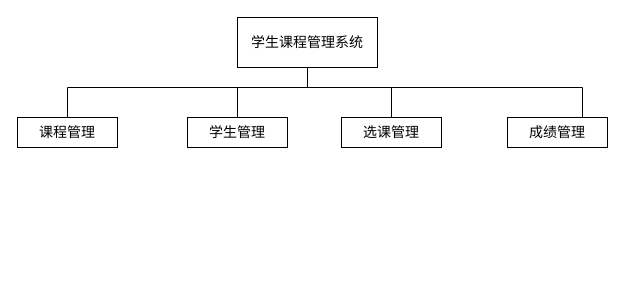
Yorick-Ryu/DFD keeps this draw.io diagram as DFD.drawio. Above is the earlier version. Source tidied: cells renumbered, new cells numbered last; positions are measured from the earlier drawing's top-left corner, leaving out a move shared by most shapes. Both pictures are drawn from the tidied source at 100%, with x=0, y=0 at pixel (17, 17).
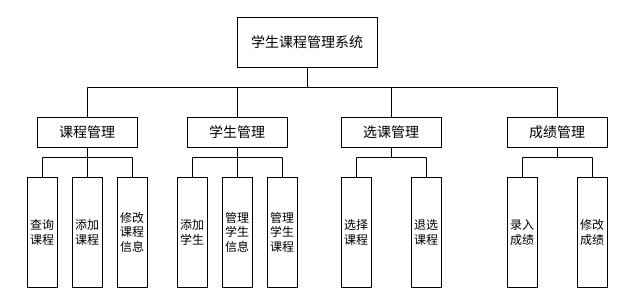
The same diagram, later.

The change refers to these unchanged cells:
```xml
<mxCell id="6" value="&lt;font style=&quot;font-size: 14px;&quot;&gt;学生课程管理系统&lt;/font&gt;" style="rounded=0;whiteSpace=wrap;html=1;" parent="1" vertex="1">
  <mxGeometry x="220" width="140" height="50" as="geometry" />
</mxCell>
<mxCell id="7" value="&lt;font style=&quot;font-size: 14px;&quot;&gt;学生管理&lt;/font&gt;" style="rounded=0;whiteSpace=wrap;html=1;" parent="1" vertex="1">
  <mxGeometry x="170" y="100" width="100" height="30" as="geometry" />
</mxCell>
<mxCell id="9" value="&lt;span style=&quot;font-size: 14px;&quot;&gt;选课管理&lt;/span&gt;" style="rounded=0;whiteSpace=wrap;html=1;" parent="1" vertex="1">
  <mxGeometry x="324" y="100" width="100" height="30" as="geometry" />
</mxCell>
<mxCell id="10" value="&lt;span style=&quot;font-size: 14px;&quot;&gt;成绩管理&lt;/span&gt;" style="rounded=0;whiteSpace=wrap;html=1;" parent="1" vertex="1">
  <mxGeometry x="490" y="100" width="100" height="30" as="geometry" />
</mxCell>
```

Change to the diagram source:
```diff
@@
     <mxCell id="2" style="edgeStyle=orthogonalEdgeStyle;rounded=0;jettySize=auto;html=1;entryX=0.5;entryY=0;entryDx=0;entryDy=0;endArrow=none;endFill=0;" parent="1" edge="1" source="6" target="8">
       <mxGeometry relative="1" as="geometry">
         <Array as="points">
           <mxPoint x="290" y="70" />
-          <mxPoint x="50" y="70" />
+          <mxPoint x="70" y="70" />
         </Array>
       </mxGeometry>
     </mxCell>
@@
-    <mxCell id="5" style="edgeStyle=orthogonalEdgeStyle;rounded=0;jettySize=auto;html=1;entryX=0.75;entryY=0;entryDx=0;entryDy=0;endArrow=none;endFill=0;" parent="1" edge="1" source="6" target="10">
+    <mxCell id="5" style="edgeStyle=orthogonalEdgeStyle;rounded=0;jettySize=auto;html=1;endArrow=none;endFill=0;entryX=0.5;entryY=0;entryDx=0;entryDy=0;" parent="1" edge="1" source="6" target="10">
       <mxGeometry relative="1" as="geometry">
         <Array as="points">
           <mxPoint x="290" y="70" />
-          <mxPoint x="565" y="70" />
+          <mxPoint x="540" y="70" />
         </Array>
       </mxGeometry>
     </mxCell>
@@
+    <mxCell id="11" style="edgeStyle=orthogonalEdgeStyle;rounded=0;jettySize=auto;html=1;endArrow=none;endFill=0;" parent="1" edge="1" source="7" target="24">
+      <mxGeometry relative="1" as="geometry">
+        <Array as="points">
+          <mxPoint x="220" y="140" />
+          <mxPoint x="175" y="140" />
+        </Array>
+      </mxGeometry>
+    </mxCell>
+    <mxCell id="12" style="edgeStyle=orthogonalEdgeStyle;rounded=0;jettySize=auto;html=1;entryX=0.5;entryY=0;entryDx=0;entryDy=0;endArrow=none;endFill=0;" parent="1" edge="1" source="7" target="25">
+      <mxGeometry relative="1" as="geometry" />
+    </mxCell>
+    <mxCell id="13" style="edgeStyle=orthogonalEdgeStyle;rounded=0;jettySize=auto;html=1;entryX=0.5;entryY=0;entryDx=0;entryDy=0;endArrow=none;endFill=0;" parent="1" edge="1" source="7" target="26">
+      <mxGeometry relative="1" as="geometry">
+        <Array as="points">
+          <mxPoint x="220" y="140" />
+          <mxPoint x="265" y="140" />
+        </Array>
+      </mxGeometry>
+    </mxCell>
@@
+    <mxCell id="14" style="edgeStyle=orthogonalEdgeStyle;rounded=0;jettySize=auto;html=1;entryX=0.5;entryY=0;entryDx=0;entryDy=0;endArrow=none;endFill=0;" parent="1" edge="1" source="8" target="21">
+      <mxGeometry relative="1" as="geometry">
+        <Array as="points">
+          <mxPoint x="70" y="140" />
+          <mxPoint x="25" y="140" />
+        </Array>
+      </mxGeometry>
+    </mxCell>
+    <mxCell id="15" style="edgeStyle=orthogonalEdgeStyle;rounded=0;jettySize=auto;html=1;entryX=0.5;entryY=0;entryDx=0;entryDy=0;endArrow=none;endFill=0;" parent="1" edge="1" source="8" target="22">
+      <mxGeometry relative="1" as="geometry" />
+    </mxCell>
+    <mxCell id="16" style="edgeStyle=orthogonalEdgeStyle;rounded=0;jettySize=auto;html=1;entryX=0.5;entryY=0;entryDx=0;entryDy=0;endArrow=none;endFill=0;" parent="1" edge="1" source="8" target="23">
+      <mxGeometry relative="1" as="geometry">
+        <Array as="points">
+          <mxPoint x="70" y="140" />
+          <mxPoint x="115" y="140" />
+        </Array>
+      </mxGeometry>
+    </mxCell>
     <mxCell id="8" value="&lt;span style=&quot;font-size: 14px;&quot;&gt;课程管理&lt;/span&gt;" style="rounded=0;whiteSpace=wrap;html=1;" parent="1" vertex="1">
-      <mxGeometry y="100" width="100" height="30" as="geometry" />
+      <mxGeometry x="20" y="100" width="100" height="30" as="geometry" />
     </mxCell>
+    <mxCell id="17" style="edgeStyle=orthogonalEdgeStyle;rounded=0;jettySize=auto;html=1;endArrow=none;endFill=0;" parent="1" edge="1" source="9" target="27">
+      <mxGeometry relative="1" as="geometry">
+        <Array as="points">
+          <mxPoint x="374" y="140" />
+          <mxPoint x="339" y="140" />
+        </Array>
+      </mxGeometry>
+    </mxCell>
+    <mxCell id="18" style="edgeStyle=orthogonalEdgeStyle;rounded=0;jettySize=auto;html=1;entryX=0.5;entryY=0;entryDx=0;entryDy=0;endArrow=none;endFill=0;" parent="1" edge="1" source="9" target="28">
+      <mxGeometry relative="1" as="geometry">
+        <Array as="points">
+          <mxPoint x="374" y="140" />
+          <mxPoint x="409" y="140" />
+        </Array>
+      </mxGeometry>
+    </mxCell>
@@
+    <mxCell id="19" style="edgeStyle=orthogonalEdgeStyle;rounded=0;jettySize=auto;html=1;endArrow=none;endFill=0;" parent="1" edge="1" source="10" target="29">
+      <mxGeometry relative="1" as="geometry">
+        <Array as="points">
+          <mxPoint x="540" y="140" />
+          <mxPoint x="505" y="140" />
+        </Array>
+      </mxGeometry>
+    </mxCell>
+    <mxCell id="20" style="edgeStyle=orthogonalEdgeStyle;rounded=0;jettySize=auto;html=1;entryX=0.5;entryY=0;entryDx=0;entryDy=0;endArrow=none;endFill=0;" parent="1" edge="1" source="10" target="30">
+      <mxGeometry relative="1" as="geometry">
+        <Array as="points">
+          <mxPoint x="540" y="140" />
+          <mxPoint x="575" y="140" />
+        </Array>
+      </mxGeometry>
+    </mxCell>
@@
+    <mxCell id="21" value="查询课程" style="rounded=0;whiteSpace=wrap;html=1;" parent="1" vertex="1">
+      <mxGeometry x="10" y="160" width="30" height="110" as="geometry" />
+    </mxCell>
+    <mxCell id="22" value="添加课程" style="rounded=0;whiteSpace=wrap;html=1;" parent="1" vertex="1">
+      <mxGeometry x="55" y="160" width="30" height="110" as="geometry" />
+    </mxCell>
+    <mxCell id="23" value="修改课程信息" style="rounded=0;whiteSpace=wrap;html=1;" parent="1" vertex="1">
+      <mxGeometry x="100" y="160" width="30" height="110" as="geometry" />
+    </mxCell>
+    <mxCell id="24" value="添加学生" style="rounded=0;whiteSpace=wrap;html=1;" parent="1" vertex="1">
+      <mxGeometry x="160" y="160" width="30" height="110" as="geometry" />
+    </mxCell>
+    <mxCell id="25" value="管理学生信息" style="rounded=0;whiteSpace=wrap;html=1;" parent="1" vertex="1">
+      <mxGeometry x="205" y="160" width="30" height="110" as="geometry" />
+    </mxCell>
+    <mxCell id="26" value="管理学生课程" style="rounded=0;whiteSpace=wrap;html=1;" parent="1" vertex="1">
+      <mxGeometry x="250" y="160" width="30" height="110" as="geometry" />
+    </mxCell>
+    <mxCell id="27" value="选择课程" style="rounded=0;whiteSpace=wrap;html=1;" parent="1" vertex="1">
+      <mxGeometry x="324" y="160" width="30" height="110" as="geometry" />
+    </mxCell>
+    <mxCell id="28" value="退选课程" style="rounded=0;whiteSpace=wrap;html=1;" parent="1" vertex="1">
+      <mxGeometry x="394" y="160" width="30" height="110" as="geometry" />
+    </mxCell>
+    <mxCell id="29" value="录入成绩" style="rounded=0;whiteSpace=wrap;html=1;" parent="1" vertex="1">
+      <mxGeometry x="490" y="160" width="30" height="110" as="geometry" />
+    </mxCell>
+    <mxCell id="30" value="修改成绩" style="rounded=0;whiteSpace=wrap;html=1;" parent="1" vertex="1">
+      <mxGeometry x="560" y="160" width="30" height="110" as="geometry" />
+    </mxCell>
```
